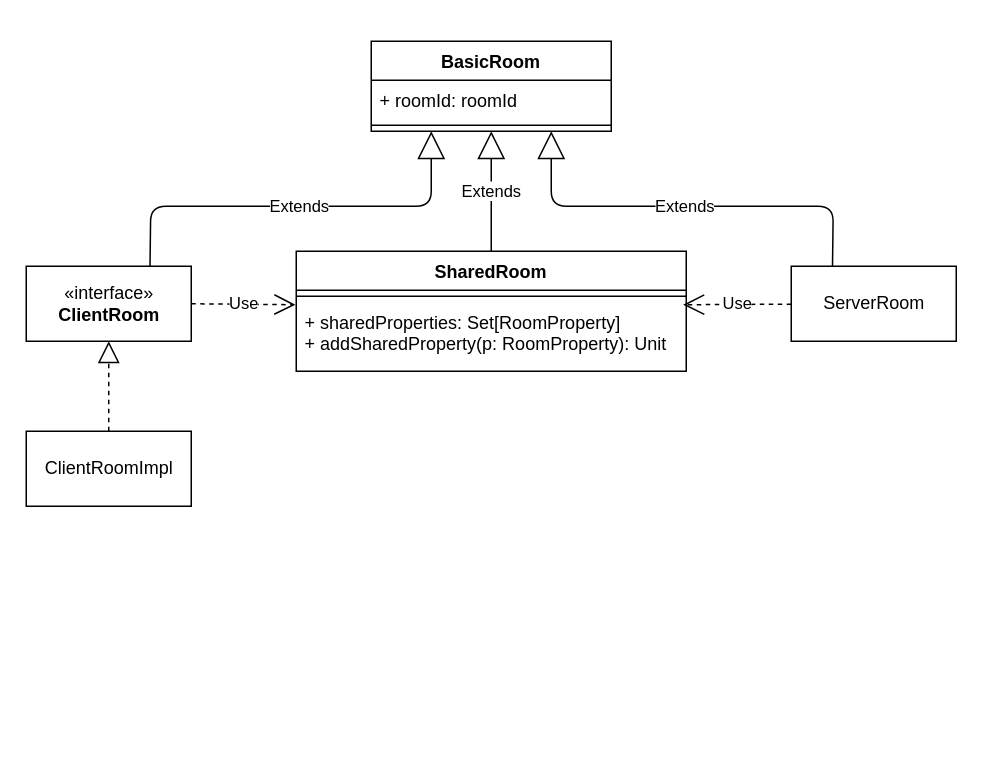
StefanoSalvatori/PPS-18-scala-omg keeps this draw.io diagram as doc/room-class.drawio. Above is the earlier version. Source tidied: cells renumbered, new cells numbered last; positions are measured from the earlier drawing's top-left corner, leaving out a move shared by most shapes. Both pictures are drawn from the tidied source at 150%, with x=0, y=0 at pixel (26, 40).
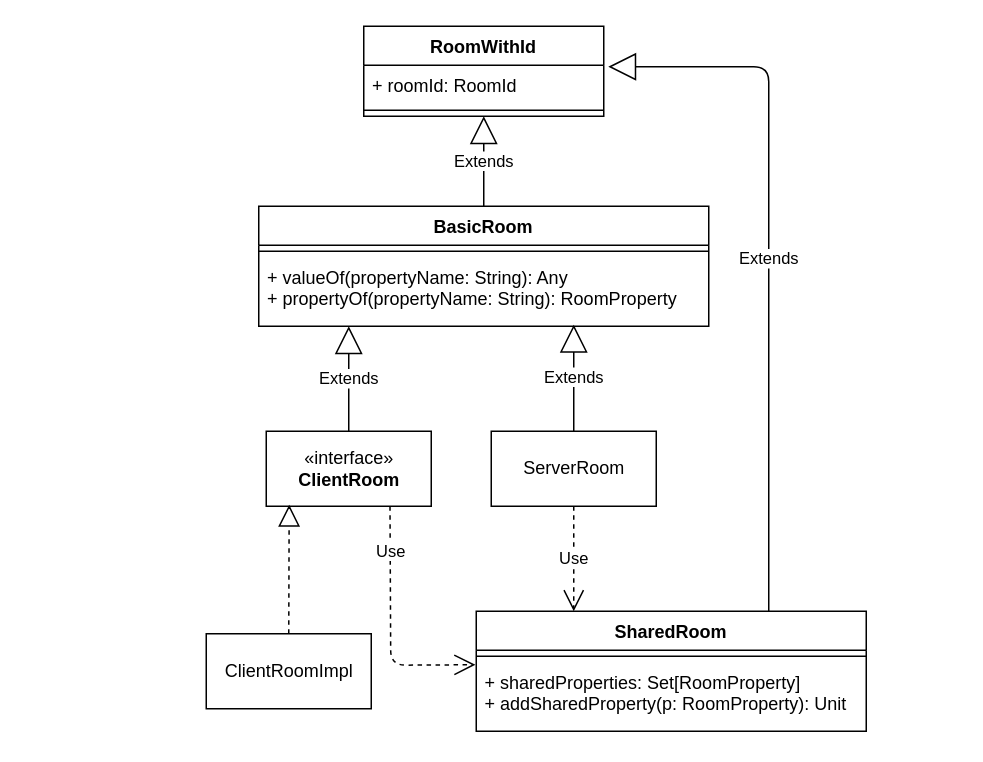
After the change.

Commit message (it also covers changes not shown here):
Improved room design

Unchanged cells that the change refers to:
```xml
<mxCell id="10" value="+ sharedProperties: Set[RoomProperty]&#10;+ addSharedProperty(p: RoomProperty): Unit" style="text;strokeColor=none;fillColor=none;align=left;verticalAlign=top;spacingLeft=4;spacingRight=4;overflow=hidden;points=[[0,0.5],[1,0.5]];portConstraint=eastwest;" parent="8" vertex="1">
  <mxGeometry y="34" width="260" height="46" as="geometry" />
</mxCell>
```

Change to the diagram source:
```diff
@@
     <mxCell id="2" value="«interface»&lt;br&gt;&lt;b&gt;ClientRoom&lt;/b&gt;" style="html=1;" parent="1" vertex="1">
-      <mxGeometry y="150" width="110" height="50" as="geometry" />
+      <mxGeometry x="160" y="260" width="110" height="50" as="geometry" />
     </mxCell>
     <mxCell id="3" value="ServerRoom" style="html=1;" parent="1" vertex="1">
-      <mxGeometry x="510" y="150" width="110" height="50" as="geometry" />
+      <mxGeometry x="310" y="260" width="110" height="50" as="geometry" />
     </mxCell>
-    <mxCell id="4" value="Extends" style="endArrow=block;endSize=16;endFill=0;html=1;exitX=0.25;exitY=0;exitDx=0;exitDy=0;entryX=0.75;entryY=1;entryDx=0;entryDy=0;" parent="1" edge="1" source="3" target="11">
-      <mxGeometry relative="1" as="geometry">
-        <Array as="points">
-          <mxPoint x="538" y="110" />
-          <mxPoint x="418" y="110" />
-          <mxPoint x="350" y="110" />
-        </Array>
-      </mxGeometry>
-    </mxCell>
-    <mxCell id="5" value="Use" style="endArrow=open;endSize=12;dashed=1;html=1;exitX=1;exitY=0.5;exitDx=0;exitDy=0;entryX=-0.002;entryY=0.036;entryDx=0;entryDy=0;entryPerimeter=0;" parent="1" edge="1" target="10">
-      <mxGeometry relative="1" as="geometry">
-        <mxPoint x="110" y="175" as="sourcePoint" />
+    <mxCell id="5" value="Use" style="endArrow=open;endSize=12;dashed=1;html=1;exitX=0.75;exitY=1;exitDx=0;exitDy=0;entryX=-0.002;entryY=0.036;entryDx=0;entryDy=0;entryPerimeter=0;" parent="1" edge="1" source="2" target="10">
+      <mxGeometry x="-0.63" relative="1" as="geometry">
+        <Array as="points">
+          <mxPoint x="243" y="416" />
+        </Array>
       </mxGeometry>
     </mxCell>
-    <mxCell id="6" value="Use" style="endArrow=open;endSize=12;dashed=1;html=1;entryX=0.992;entryY=0.036;entryDx=0;entryDy=0;entryPerimeter=0;" parent="1" edge="1" source="3" target="10">
+    <mxCell id="6" value="Use" style="endArrow=open;endSize=12;dashed=1;html=1;entryX=0.25;entryY=0;entryDx=0;entryDy=0;" parent="1" edge="1" source="3" target="8">
       <mxGeometry relative="1" as="geometry" />
     </mxCell>
-    <mxCell id="7" value="Extends" style="endArrow=block;endSize=16;endFill=0;html=1;exitX=0.5;exitY=0;exitDx=0;exitDy=0;entryX=0.5;entryY=1;entryDx=0;entryDy=0;" parent="1" edge="1" source="8" target="11">
-      <mxGeometry relative="1" as="geometry" />
+    <mxCell id="7" value="Extends" style="endArrow=block;endSize=16;endFill=0;html=1;exitX=0.75;exitY=0;exitDx=0;exitDy=0;entryX=1.019;entryY=0.038;entryDx=0;entryDy=0;entryPerimeter=0;" parent="1" edge="1" source="8" target="19">
+      <mxGeometry relative="1" as="geometry">
+        <Array as="points">
+          <mxPoint x="495" y="270" />
+          <mxPoint x="495" y="230" />
+          <mxPoint x="495" y="17" />
+        </Array>
+      </mxGeometry>
     </mxCell>
+    <mxCell id="14" value="ClientRoomImpl" style="html=1;" parent="1" vertex="1">
+      <mxGeometry x="120" y="395" width="110" height="50" as="geometry" />
+    </mxCell>
+    <mxCell id="16" style="endArrow=block;dashed=1;endFill=0;endSize=12;html=1;exitX=0.5;exitY=0;exitDx=0;exitDy=0;entryX=0.139;entryY=0.98;entryDx=0;entryDy=0;entryPerimeter=0;" parent="1" edge="1" source="14" target="2">
+      <mxGeometry relative="1" as="geometry" />
+    </mxCell>
+    <mxCell id="17" value="Extends" style="endArrow=block;endSize=16;endFill=0;html=1;entryX=0.5;entryY=1;entryDx=0;entryDy=0;" parent="1" edge="1" source="11" target="18">
+      <mxGeometry relative="1" as="geometry" />
+    </mxCell>
+    <mxCell id="18" value="RoomWithId" style="swimlane;fontStyle=1;align=center;verticalAlign=top;horizontal=1;startSize=26;" parent="1" vertex="1">
+      <mxGeometry x="225" y="-10" width="160" height="60" as="geometry" />
+    </mxCell>
+    <mxCell id="19" value="+ roomId: RoomId" style="text;strokeColor=none;fillColor=none;align=left;verticalAlign=top;spacingLeft=4;spacingRight=4;overflow=hidden;points=[[0,0.5],[1,0.5]];portConstraint=eastwest;" parent="18" vertex="1">
+      <mxGeometry y="26" width="160" height="26" as="geometry" />
+    </mxCell>
+    <mxCell id="13" style="line;strokeWidth=1;fillColor=none;align=left;verticalAlign=middle;spacingTop=-1;spacingLeft=3;spacingRight=3;labelPosition=right;" parent="18" vertex="1">
+      <mxGeometry y="52" width="160" height="8" as="geometry" />
+    </mxCell>
+    <mxCell id="11" value="BasicRoom" style="swimlane;fontStyle=1;align=center;verticalAlign=top;horizontal=1;startSize=26;" parent="1" vertex="1">
+      <mxGeometry x="155" y="110" width="300" height="80" as="geometry" />
+    </mxCell>
+    <mxCell id="20" style="line;strokeWidth=1;fillColor=none;align=left;verticalAlign=middle;spacingTop=-1;spacingLeft=3;spacingRight=3;labelPosition=right;" parent="11" vertex="1">
+      <mxGeometry y="26" width="300" height="8" as="geometry" />
+    </mxCell>
+    <mxCell id="21" value="+ valueOf(propertyName: String): Any&#10;+ propertyOf(propertyName: String): RoomProperty" style="text;strokeColor=none;fillColor=none;align=left;verticalAlign=top;spacingLeft=4;spacingRight=4;overflow=hidden;points=[[0,0.5],[1,0.5]];portConstraint=eastwest;" parent="11" vertex="1">
+      <mxGeometry y="34" width="300" height="46" as="geometry" />
+    </mxCell>
     <mxCell id="8" value="SharedRoom" style="swimlane;fontStyle=1;align=center;verticalAlign=top;horizontal=1;startSize=26;" parent="1" vertex="1">
-      <mxGeometry x="180" y="140" width="260" height="80" as="geometry" />
+      <mxGeometry x="300" y="380" width="260" height="80" as="geometry" />
     </mxCell>
@@
-    <mxCell id="11" value="BasicRoom" style="swimlane;fontStyle=1;align=center;verticalAlign=top;horizontal=1;startSize=26;" parent="1" vertex="1">
-      <mxGeometry x="230" width="160" height="60" as="geometry" />
-    </mxCell>
-    <mxCell id="12" value="+ roomId: roomId" style="text;strokeColor=none;fillColor=none;align=left;verticalAlign=top;spacingLeft=4;spacingRight=4;overflow=hidden;" parent="11" vertex="1">
-      <mxGeometry y="26" width="160" height="26" as="geometry" />
-    </mxCell>
-    <mxCell id="13" style="line;strokeWidth=1;fillColor=none;align=left;verticalAlign=middle;spacingTop=-1;spacingLeft=3;spacingRight=3;labelPosition=right;" parent="11" vertex="1">
-      <mxGeometry y="52" width="160" height="8" as="geometry" />
-    </mxCell>
-    <mxCell id="14" value="ClientRoomImpl" style="html=1;" parent="1" vertex="1">
-      <mxGeometry y="260" width="110" height="50" as="geometry" />
-    </mxCell>
-    <mxCell id="15" value="Extends" style="endArrow=block;endSize=16;endFill=0;html=1;exitX=0.75;exitY=0;exitDx=0;exitDy=0;entryX=0.25;entryY=1;entryDx=0;entryDy=0;" parent="1" edge="1" source="2" target="11">
-      <mxGeometry relative="1" as="geometry">
-        <Array as="points">
-          <mxPoint x="83" y="110" />
-          <mxPoint x="270" y="110" />
-        </Array>
-      </mxGeometry>
-    </mxCell>
-    <mxCell id="16" style="endArrow=block;dashed=1;endFill=0;endSize=12;html=1;exitX=0.5;exitY=0;exitDx=0;exitDy=0;entryX=0.5;entryY=1;entryDx=0;entryDy=0;" parent="1" edge="1" source="14" target="2">
-      <mxGeometry relative="1" as="geometry" />
-    </mxCell>
+    <mxCell id="22" value="Extends" style="endArrow=block;endSize=16;endFill=0;html=1;exitX=0.5;exitY=0;exitDx=0;exitDy=0;" parent="1" edge="1" source="3">
+      <mxGeometry relative="1" as="geometry">
+        <mxPoint x="365" y="189" as="targetPoint" />
+      </mxGeometry>
+    </mxCell>
+    <mxCell id="23" value="Extends" style="endArrow=block;endSize=16;endFill=0;html=1;entryX=0.2;entryY=1;entryDx=0;entryDy=0;entryPerimeter=0;" parent="1" edge="1" source="2" target="21">
+      <mxGeometry relative="1" as="geometry" />
+    </mxCell>
```
